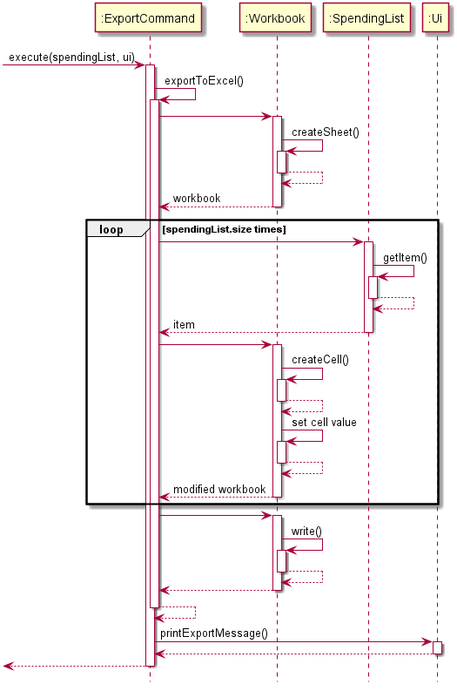
The PlantUML diagram docs/images/ExportCommand.png in xieyaoyue/tp, before a commit.
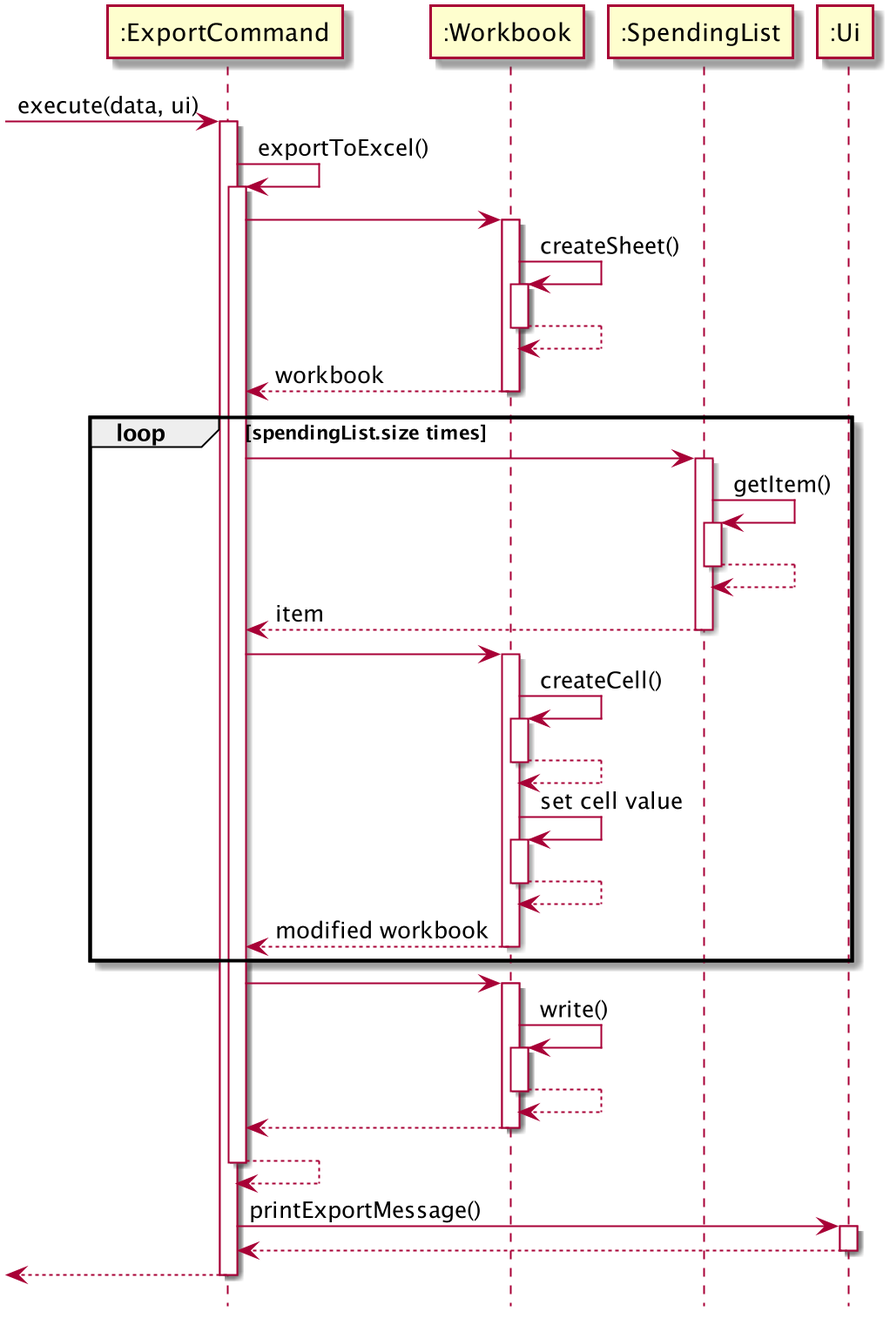
The same file after the commit.

Change to the diagram source:
```diff
@@ -2,7 +2,7 @@
 
 hide footbox
 
-->":ExportCommand":execute(spendingList, ui)
+->":ExportCommand":execute(data, ui)
 activate ":ExportCommand"
 ":ExportCommand" -> ":ExportCommand" : exportToExcel()
 activate ":ExportCommand"
```
